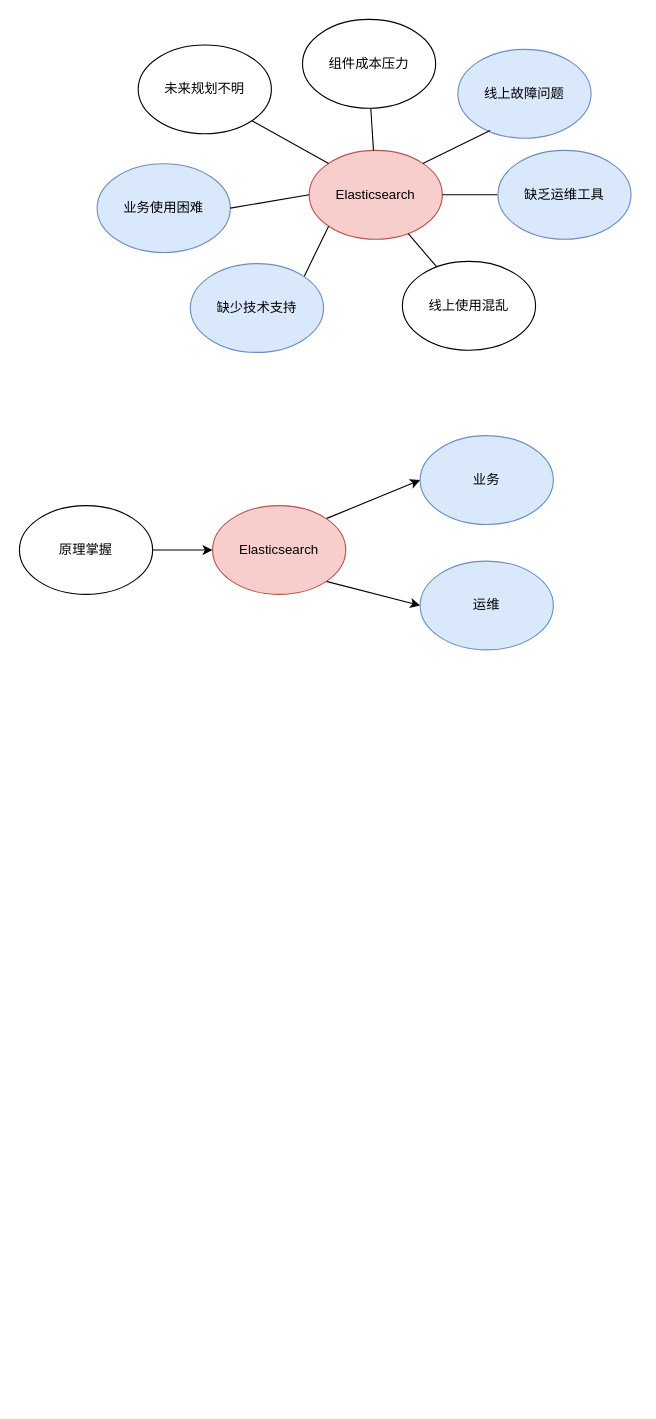
believezzd/diagrams keeps this draw.io diagram as ES-blue.drawio. Above is the earlier version. Source tidied: cells renumbered, new cells numbered last; positions are measured from the earlier drawing's top-left corner, leaving out a move shared by most shapes. Both pictures are drawn from the tidied source at 111%, with x=0, y=0 at pixel (19, 19).
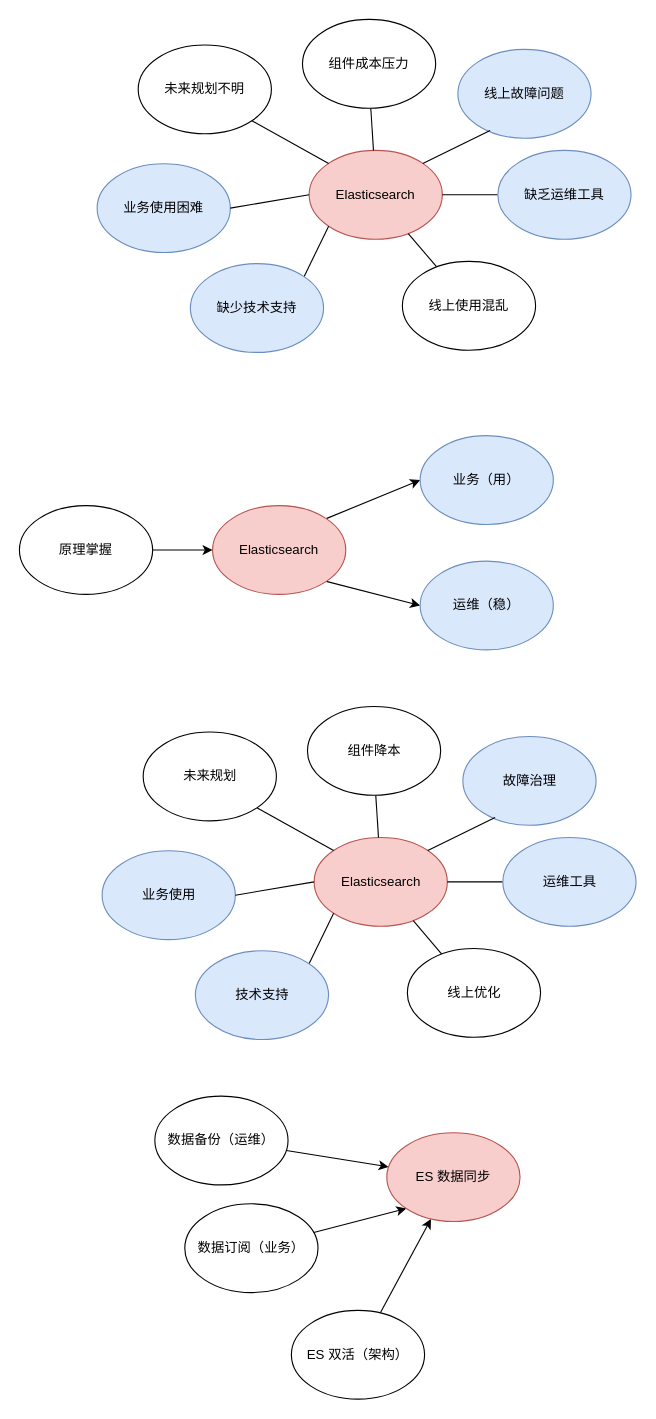
The same page after the edit.

What changed in the source:
```diff
@@
-    <mxCell id="18" value="业务" style="ellipse;whiteSpace=wrap;html=1;fillColor=#dae8fc;strokeColor=#6c8ebf;" parent="1" vertex="1">
+    <mxCell id="18" value="业务（用）" style="ellipse;whiteSpace=wrap;html=1;fillColor=#dae8fc;strokeColor=#6c8ebf;" parent="1" vertex="1">
       <mxGeometry x="361" y="375" width="120" height="80" as="geometry" />
     </mxCell>
-    <mxCell id="19" value="运维" style="ellipse;whiteSpace=wrap;html=1;fillColor=#dae8fc;strokeColor=#6c8ebf;" parent="1" vertex="1">
+    <mxCell id="19" value="运维（稳）" style="ellipse;whiteSpace=wrap;html=1;fillColor=#dae8fc;strokeColor=#6c8ebf;" parent="1" vertex="1">
       <mxGeometry x="361" y="488" width="120" height="80" as="geometry" />
     </mxCell>
@@
+    <mxCell id="24" value="Elasticsearch" style="ellipse;whiteSpace=wrap;html=1;fillColor=#f8cecc;strokeColor=#b85450;" parent="1" vertex="1">
+      <mxGeometry x="265.5" y="737" width="120" height="80" as="geometry" />
+    </mxCell>
+    <mxCell id="25" value="业务使用" style="ellipse;whiteSpace=wrap;html=1;fillColor=#dae8fc;strokeColor=#6c8ebf;" parent="1" vertex="1">
+      <mxGeometry x="74.5" y="749" width="120" height="80" as="geometry" />
+    </mxCell>
+    <mxCell id="26" style="rounded=0;jettySize=auto;html=1;exitX=1;exitY=0;exitDx=0;exitDy=0;entryX=0;entryY=1;entryDx=0;entryDy=0;endArrow=none;endFill=0;" parent="1" edge="1" source="27" target="24">
+      <mxGeometry relative="1" as="geometry" />
+    </mxCell>
+    <mxCell id="27" value="技术支持" style="ellipse;whiteSpace=wrap;html=1;fillColor=#dae8fc;strokeColor=#6c8ebf;" parent="1" vertex="1">
+      <mxGeometry x="158.5" y="839" width="120" height="80" as="geometry" />
+    </mxCell>
+    <mxCell id="28" value="故障治理" style="ellipse;whiteSpace=wrap;html=1;fillColor=#dae8fc;strokeColor=#6c8ebf;" parent="1" vertex="1">
+      <mxGeometry x="399.5" y="646" width="120" height="80" as="geometry" />
+    </mxCell>
+    <mxCell id="29" style="rounded=0;jettySize=auto;html=1;endArrow=none;endFill=0;" parent="1" edge="1" source="30" target="24">
+      <mxGeometry relative="1" as="geometry" />
+    </mxCell>
+    <mxCell id="30" value="运维工具" style="ellipse;whiteSpace=wrap;html=1;fillColor=#dae8fc;strokeColor=#6c8ebf;" parent="1" vertex="1">
+      <mxGeometry x="435.5" y="737" width="120" height="80" as="geometry" />
+    </mxCell>
+    <mxCell id="31" value="未来规划" style="ellipse;whiteSpace=wrap;html=1;" parent="1" vertex="1">
+      <mxGeometry x="111.5" y="642" width="120" height="80" as="geometry" />
+    </mxCell>
+    <mxCell id="32" style="rounded=0;jettySize=auto;html=1;endArrow=none;endFill=0;" parent="1" edge="1" source="33" target="24">
+      <mxGeometry relative="1" as="geometry" />
+    </mxCell>
+    <mxCell id="33" value="线上优化" style="ellipse;whiteSpace=wrap;html=1;" parent="1" vertex="1">
+      <mxGeometry x="349.5" y="837" width="120" height="80" as="geometry" />
+    </mxCell>
+    <mxCell id="34" style="endArrow=none;html=1;rounded=0;entryX=1;entryY=0.5;entryDx=0;entryDy=0;exitX=0;exitY=0.5;exitDx=0;exitDy=0;" parent="1" edge="1" source="24" target="25">
+      <mxGeometry relative="1" as="geometry" />
+    </mxCell>
+    <mxCell id="35" style="endArrow=none;html=1;rounded=0;entryX=0.242;entryY=0.913;entryDx=0;entryDy=0;exitX=1;exitY=0;exitDx=0;exitDy=0;entryPerimeter=0;" parent="1" edge="1" source="24" target="28">
+      <mxGeometry relative="1" as="geometry" />
+    </mxCell>
+    <mxCell id="36" style="endArrow=none;html=1;rounded=0;entryX=1;entryY=1;entryDx=0;entryDy=0;exitX=0;exitY=0;exitDx=0;exitDy=0;" parent="1" edge="1" source="24" target="31">
+      <mxGeometry relative="1" as="geometry" />
+    </mxCell>
+    <mxCell id="37" style="rounded=0;jettySize=auto;html=1;endArrow=none;endFill=0;" parent="1" edge="1" source="38" target="24">
+      <mxGeometry relative="1" as="geometry" />
+    </mxCell>
+    <mxCell id="38" value="组件降本" style="ellipse;whiteSpace=wrap;html=1;" parent="1" vertex="1">
+      <mxGeometry x="259.5" y="619" width="120" height="80" as="geometry" />
+    </mxCell>
+    <mxCell id="39" style="rounded=0;jettySize=auto;html=1;" parent="1" edge="1" source="40" target="45">
+      <mxGeometry relative="1" as="geometry" />
+    </mxCell>
+    <mxCell id="40" value="数据备份（运维）" style="ellipse;whiteSpace=wrap;html=1;" parent="1" vertex="1">
+      <mxGeometry x="122" y="970" width="120" height="80" as="geometry" />
+    </mxCell>
+    <mxCell id="41" style="rounded=0;jettySize=auto;html=1;entryX=0;entryY=1;entryDx=0;entryDy=0;" parent="1" edge="1" source="42" target="45">
+      <mxGeometry relative="1" as="geometry" />
+    </mxCell>
+    <mxCell id="42" value="数据订阅（业务）" style="ellipse;whiteSpace=wrap;html=1;" parent="1" vertex="1">
+      <mxGeometry x="149" y="1067" width="120" height="80" as="geometry" />
+    </mxCell>
+    <mxCell id="43" style="rounded=0;jettySize=auto;html=1;" parent="1" edge="1" source="44" target="45">
+      <mxGeometry relative="1" as="geometry" />
+    </mxCell>
+    <mxCell id="44" value="ES 双活（架构）" style="ellipse;whiteSpace=wrap;html=1;" parent="1" vertex="1">
+      <mxGeometry x="245" y="1163" width="120" height="80" as="geometry" />
+    </mxCell>
+    <mxCell id="45" value="ES 数据同步" style="ellipse;whiteSpace=wrap;html=1;fillColor=#f8cecc;strokeColor=#b85450;" parent="1" vertex="1">
+      <mxGeometry x="331" y="1003" width="120" height="80" as="geometry" />
+    </mxCell>
```
